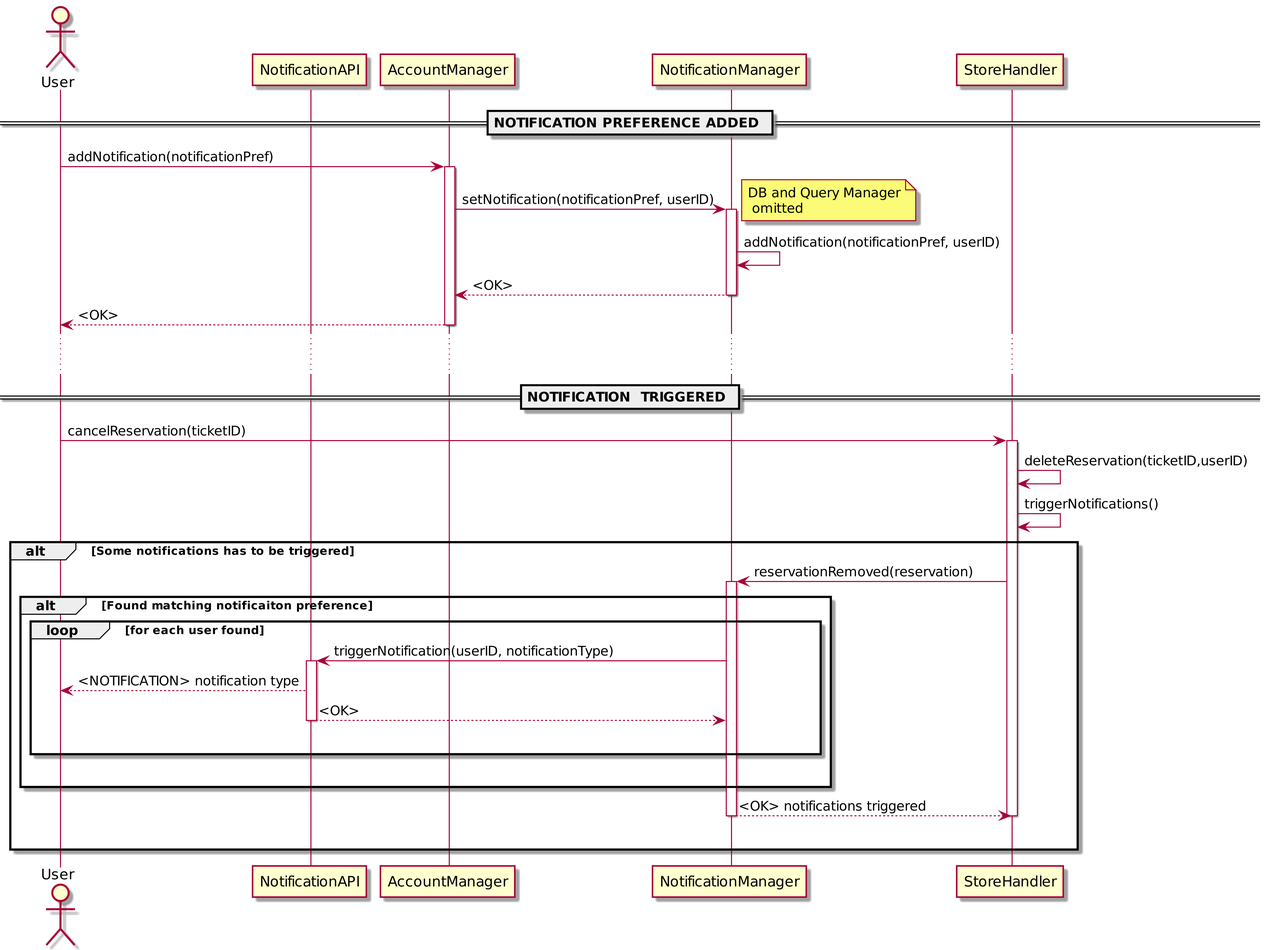
The PlantUML diagram DD/uml/seq_user_gets_notified.png in andreafra/Software-Engineering-2-Project-2021, before a commit.
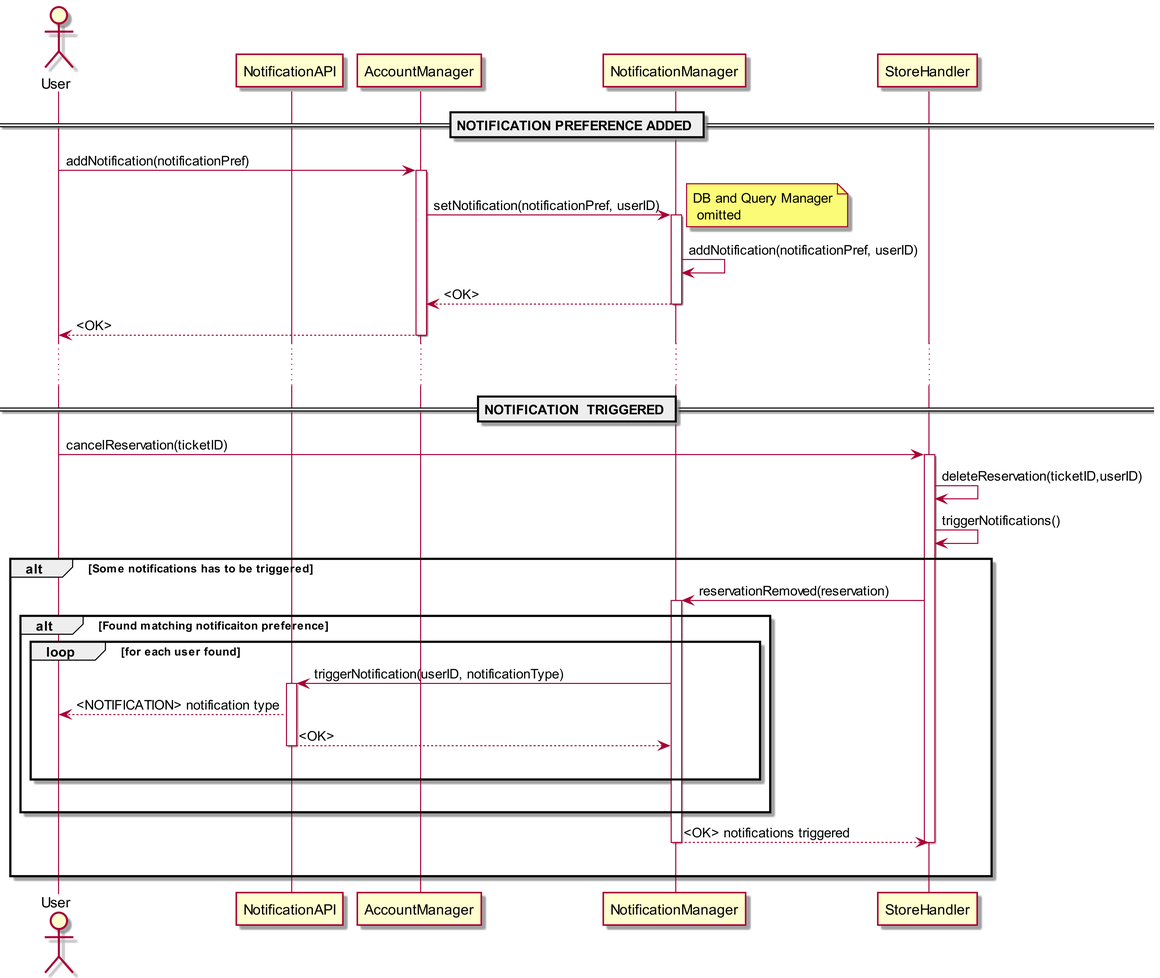
Later version of the same file.

Change to the diagram source:
```diff
@@ -1,4 +1,4 @@
-@startuml
+@startuml seq_user_gets_notified
 skinparam {
    dpi 300
 }
@@ -45,4 +45,7 @@
  deactivate sh
  |||
 end
+
+
+
 @enduml
```
